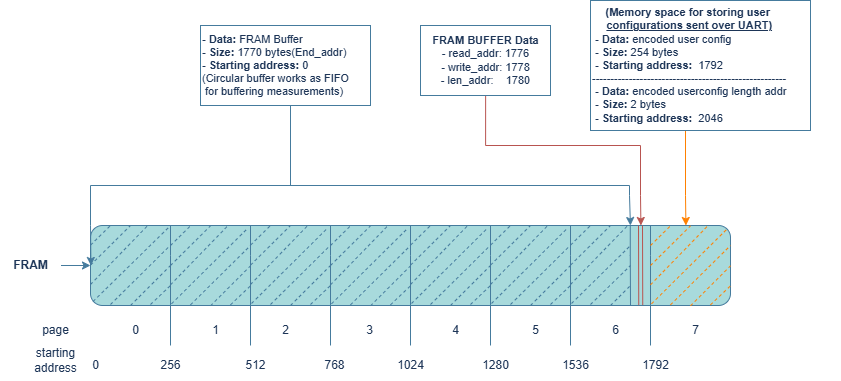
The draw.io diagram images/FRAM_Diagram.png in mkatherine/ENTS-node-firmware-cluster, before a commit. Source tidied: cells renumbered, new cells last; positions are measured from the earlier drawing's top-left corner, leaving out a move shared by most shapes.
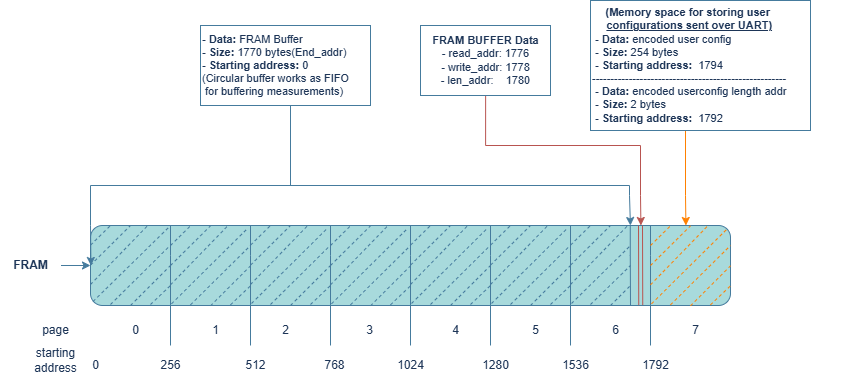
The same diagram one commit later.

What changed in the source:
```diff
@@ -137,7 +137,7 @@
         </Array>
       </mxGeometry>
     </mxCell>
-    <mxCell id="31" value="&lt;div&gt;&lt;font style=&quot;font-size: 11px;&quot;&gt;&lt;b&gt;&lt;div style=&quot;text-align: center;&quot;&gt;(Memory space for storing user&amp;nbsp;&lt;/div&gt;&lt;div style=&quot;text-align: center;&quot;&gt;&lt;u&gt;configurations sent over UART)&lt;/u&gt;&lt;/div&gt;&lt;/b&gt;&lt;/font&gt;&lt;/div&gt;&lt;font style=&quot;font-size: 11px;&quot;&gt;&amp;nbsp;&lt;font style=&quot;font-size: 11px;&quot;&gt;&lt;b style=&quot;font-size: 11px;&quot;&gt;- Data:&lt;/b&gt; encoded user config&lt;br style=&quot;font-size: 11px;&quot;&gt;&amp;nbsp;&lt;b style=&quot;font-size: 11px;&quot;&gt;- Size:&lt;/b&gt; 254 bytes&lt;br style=&quot;font-size: 11px;&quot;&gt;&amp;nbsp;&lt;b style=&quot;font-size: 11px;&quot;&gt;- Starting address:&lt;/b&gt;&amp;nbsp; 1792&lt;/font&gt;&lt;/font&gt;&lt;div style=&quot;font-size: 11px;&quot;&gt;-----------------------------------------------------&lt;/div&gt;&lt;div style=&quot;font-size: 11px;&quot;&gt;&lt;font style=&quot;font-size: 11px;&quot;&gt;&amp;nbsp;&lt;b&gt;- Data:&lt;/b&gt;&amp;nbsp;encoded userconfig length addr&lt;br&gt;&amp;nbsp;&lt;b&gt;- Size:&lt;/b&gt;&amp;nbsp;2 bytes&lt;br&gt;&amp;nbsp;&lt;b&gt;- Starting address:&lt;/b&gt;&amp;nbsp; 2046&lt;/font&gt;&lt;/div&gt;" style="text;html=1;align=left;verticalAlign=middle;points=[];strokeColor=#457B9D;fillColor=none;labelBackgroundColor=none;fontColor=#1D3557;fontSize=11;" parent="1" vertex="1">
+    <mxCell id="31" value="&lt;div&gt;&lt;font style=&quot;font-size: 11px;&quot;&gt;&lt;b&gt;&lt;div style=&quot;text-align: center;&quot;&gt;(Memory space for storing user&amp;nbsp;&lt;/div&gt;&lt;div style=&quot;text-align: center;&quot;&gt;&lt;u&gt;configurations sent over UART)&lt;/u&gt;&lt;/div&gt;&lt;/b&gt;&lt;/font&gt;&lt;/div&gt;&lt;font style=&quot;font-size: 11px;&quot;&gt;&amp;nbsp;&lt;font style=&quot;font-size: 11px;&quot;&gt;&lt;b style=&quot;font-size: 11px;&quot;&gt;- Data:&lt;/b&gt; encoded user config&lt;br style=&quot;font-size: 11px;&quot;&gt;&amp;nbsp;&lt;b style=&quot;font-size: 11px;&quot;&gt;- Size:&lt;/b&gt; 254 bytes&lt;br style=&quot;font-size: 11px;&quot;&gt;&amp;nbsp;&lt;b style=&quot;font-size: 11px;&quot;&gt;- Starting address:&lt;/b&gt;&amp;nbsp; 1794&lt;/font&gt;&lt;/font&gt;&lt;div style=&quot;font-size: 11px;&quot;&gt;-----------------------------------------------------&lt;/div&gt;&lt;div style=&quot;font-size: 11px;&quot;&gt;&lt;font style=&quot;font-size: 11px;&quot;&gt;&amp;nbsp;&lt;b&gt;- Data:&lt;/b&gt;&amp;nbsp;encoded userconfig length addr&lt;br&gt;&amp;nbsp;&lt;b&gt;- Size:&lt;/b&gt;&amp;nbsp;2 bytes&lt;br&gt;&amp;nbsp;&lt;b&gt;- Starting address:&lt;/b&gt;&amp;nbsp; 1792&lt;/font&gt;&lt;/div&gt;" style="text;html=1;align=left;verticalAlign=middle;points=[];strokeColor=#457B9D;fillColor=none;labelBackgroundColor=none;fontColor=#1D3557;fontSize=11;" parent="1" vertex="1">
       <mxGeometry x="590" width="220" height="130" as="geometry" />
     </mxCell>
     <mxCell id="32" style="endArrow=none;dashed=1;html=1;rounded=0;strokeColor=#FF8000;labelBackgroundColor=none;fontColor=default;entryX=0.994;entryY=0.049;entryDx=0;entryDy=0;entryPerimeter=0;" parent="1" edge="1" target="2">
```
